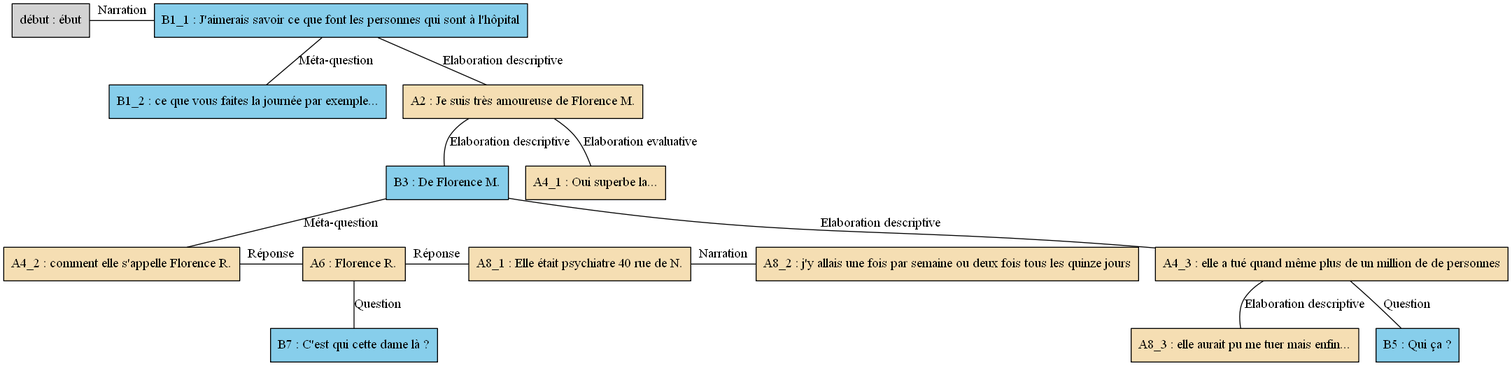
Before: arbres/Florence/Florence_-_C03.gv.png, a diagram exported from Graphviz (AlaixComet/AnnotationSlamPTut). Its source is kept beside it as arbres/Florence/Florence_-_C03.gv.
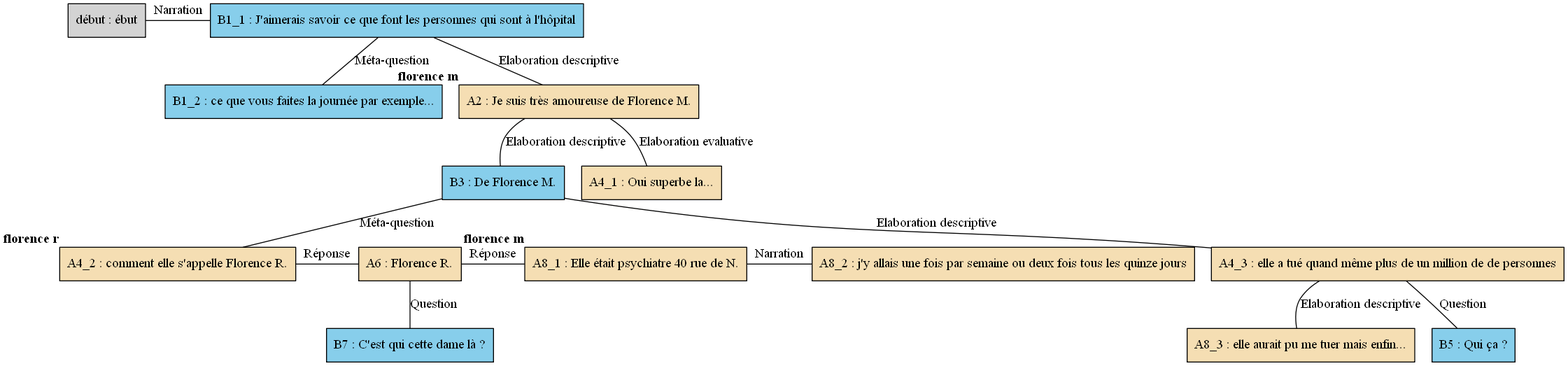
Later version of the same file.

Change to the diagram source:
```diff
@@ -1,19 +1,21 @@
 digraph C03 {
 	node [shape=box style=filled]
-	"début" [label="début : ébut"]
-	B1_1 [label="B1_1 : J'aimerais savoir ce que font les personnes qui sont à l'hôpital" fillcolor=skyblue]
-	B1_2 [label="B1_2 : ce que vous faites la journée par exemple..." fillcolor=skyblue]
-	A2 [label="A2 : Je suis très amoureuse de Florence M." fillcolor=wheat]
-	B3 [label="B3 : De Florence M." fillcolor=skyblue]
-	A4_1 [label="A4_1 : Oui superbe la..." fillcolor=wheat]
-	A4_2 [label="A4_2 : comment elle s'appelle Florence R." fillcolor=wheat]
-	A4_3 [label="A4_3 : elle a tué quand même plus de un million de de personnes" fillcolor=wheat]
-	B5 [label="B5 : Qui ça ?" fillcolor=skyblue]
-	A6 [label="A6 : Florence R." fillcolor=wheat]
-	B7 [label="B7 : C'est qui cette dame là ?" fillcolor=skyblue]
-	A8_1 [label="A8_1 : Elle était psychiatre 40 rue de N." fillcolor=wheat]
-	A8_2 [label="A8_2 : j'y allais une fois par semaine ou deux fois tous les quinze jours" fillcolor=wheat]
-	A8_3 [label="A8_3 : elle aurait pu me tuer mais enfin..." fillcolor=wheat]
+	"début" [label="début : ébut" xlabel=""]
+	B1_1 [label="B1_1 : J'aimerais savoir ce que font les personnes qui sont à l'hôpital" fillcolor=skyblue xlabel=""]
+	B1_2 [label="B1_2 : ce que vous faites la journée par exemple..." fillcolor=skyblue xlabel=""]
+	A2 [label="A2 : Je suis très amoureuse de Florence M." fillcolor=wheat xlabel=<<B>florence m</B>>]
+	B3 [label="B3 : De Florence M." fillcolor=skyblue xlabel=""]
+	A4_1 [label="A4_1 : Oui superbe la..." fillcolor=wheat xlabel=""]
+	A4_2 [label="A4_2 : comment elle s'appelle Florence R." fillcolor=wheat xlabel=<<B>
+florence r</B>>]
+	A4_3 [label="A4_3 : elle a tué quand même plus de un million de de personnes" fillcolor=wheat xlabel=""]
+	B5 [label="B5 : Qui ça ?" fillcolor=skyblue xlabel=""]
+	A6 [label="A6 : Florence R." fillcolor=wheat xlabel=""]
+	B7 [label="B7 : C'est qui cette dame là ?" fillcolor=skyblue xlabel=""]
+	A8_1 [label="A8_1 : Elle était psychiatre 40 rue de N." fillcolor=wheat xlabel=<<B>
+florence m</B>>]
+	A8_2 [label="A8_2 : j'y allais une fois par semaine ou deux fois tous les quinze jours" fillcolor=wheat xlabel=""]
+	A8_3 [label="A8_3 : elle aurait pu me tuer mais enfin..." fillcolor=wheat xlabel=""]
 	{
 		rank=same
 		"début"
```
